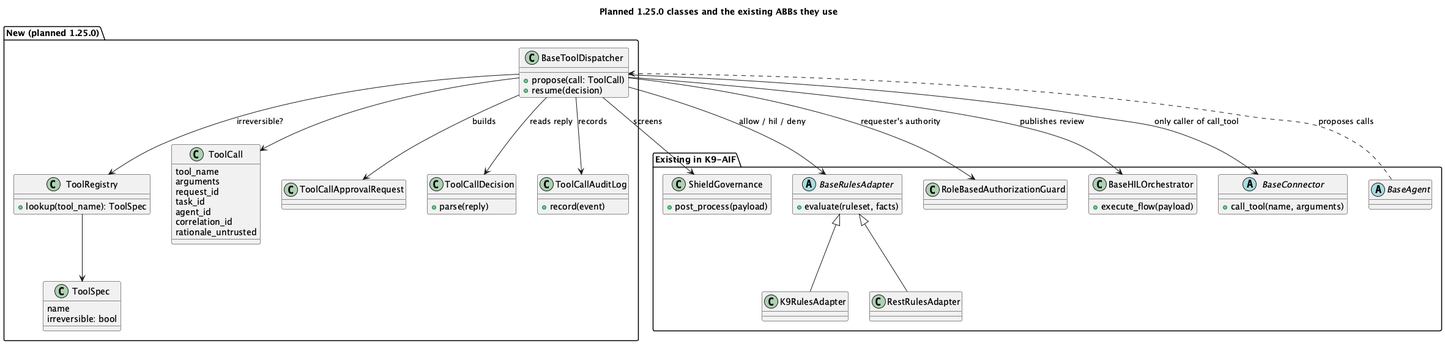
The PlantUML diagram assets/images/blogs/hil-review-classes.png in k9aif/k9-aif-blogs, before a commit. Source of this version:
```plantuml
@startuml hil-review-classes
set separator none
title Planned 1.25.0 classes and the existing ABBs they use

package "New (planned 1.25.0)" {
  class BaseToolDispatcher {
    +propose(call: ToolCall)
    +resume(decision)
  }
  class ToolRegistry {
    +lookup(tool_name): ToolSpec
  }
  class ToolSpec {
    name
    irreversible: bool
  }
  class ToolCall {
    tool_name
    arguments
    request_id
    task_id
    agent_id
    correlation_id
    rationale_untrusted
  }
  class ToolCallApprovalRequest
  class ToolCallDecision {
    +parse(reply)
  }
  class ToolCallAuditLog {
    +record(event)
  }
}

package "Existing in K9-AIF" {
  abstract class BaseAgent
  class ShieldGovernance {
    +post_process(payload)
  }
  abstract class BaseRulesAdapter {
    +evaluate(ruleset, facts)
  }
  class K9RulesAdapter
  class RestRulesAdapter
  class RoleBasedAuthorizationGuard
  class BaseHILOrchestrator {
    +execute_flow(payload)
  }
  abstract class BaseConnector {
    +call_tool(name, arguments)
  }
}

BaseAgent ..> BaseToolDispatcher : proposes calls
BaseToolDispatcher --> ToolCall
BaseToolDispatcher --> ShieldGovernance : screens
BaseToolDispatcher --> ToolRegistry : irreversible?
ToolRegistry --> ToolSpec
BaseToolDispatcher --> BaseRulesAdapter : allow / hil / deny
BaseRulesAdapter <|-- K9RulesAdapter
BaseRulesAdapter <|-- RestRulesAdapter
BaseToolDispatcher --> RoleBasedAuthorizationGuard : requester's authority
BaseToolDispatcher --> ToolCallApprovalRequest : builds
BaseToolDispatcher --> BaseHILOrchestrator : publishes review
BaseToolDispatcher --> ToolCallDecision : reads reply
BaseToolDispatcher --> ToolCallAuditLog : records
BaseToolDispatcher --> BaseConnector : only caller of call_tool
@enduml
```
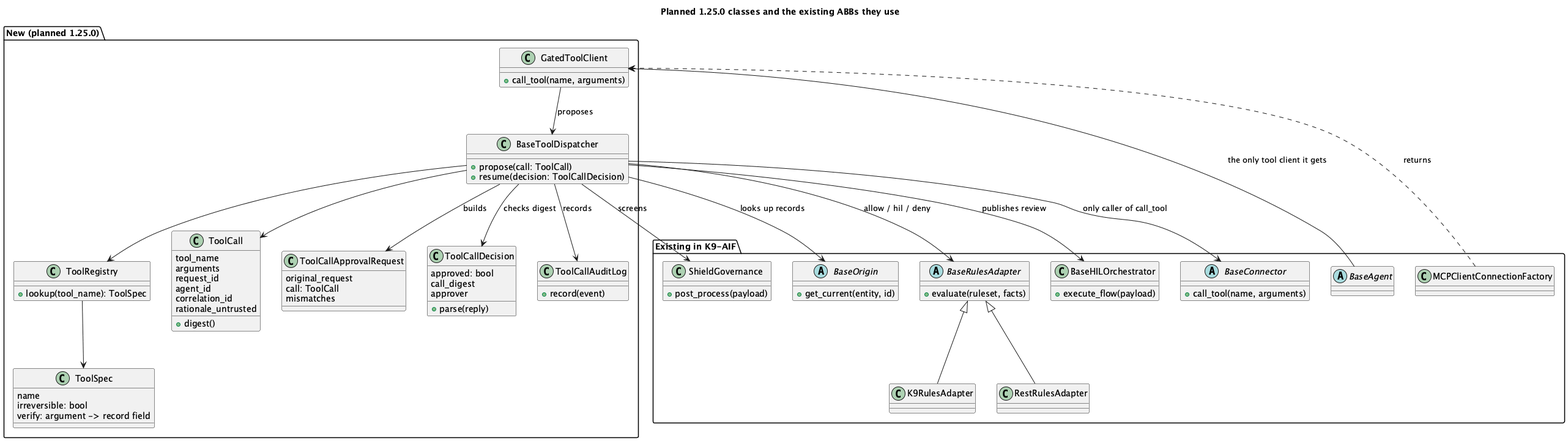
After the change.

Commit message:
Blog draft: a prompt can't change your agent; values checked against records (design planned, not approved)

Change to the diagram source:
```diff
@@ -5,7 +5,10 @@
 package "New (planned 1.25.0)" {
   class BaseToolDispatcher {
     +propose(call: ToolCall)
-    +resume(decision)
+    +resume(decision: ToolCallDecision)
+  }
+  class GatedToolClient {
+    +call_tool(name, arguments)
   }
   class ToolRegistry {
     +lookup(tool_name): ToolSpec
@@ -13,18 +16,26 @@
   class ToolSpec {
     name
     irreversible: bool
+    verify: argument -> record field
   }
   class ToolCall {
     tool_name
     arguments
     request_id
-    task_id
     agent_id
     correlation_id
     rationale_untrusted
+    +digest()
   }
-  class ToolCallApprovalRequest
+  class ToolCallApprovalRequest {
+    original_request
+    call: ToolCall
+    mismatches
+  }
   class ToolCallDecision {
+    approved: bool
+    call_digest
+    approver
     +parse(reply)
   }
   class ToolCallAuditLog {
@@ -34,15 +45,18 @@
 
 package "Existing in K9-AIF" {
   abstract class BaseAgent
+  class MCPClientConnectionFactory
   class ShieldGovernance {
     +post_process(payload)
+  }
+  abstract class BaseOrigin {
+    +get_current(entity, id)
   }
   abstract class BaseRulesAdapter {
     +evaluate(ruleset, facts)
   }
   class K9RulesAdapter
   class RestRulesAdapter
-  class RoleBasedAuthorizationGuard
   class BaseHILOrchestrator {
     +execute_flow(payload)
   }
@@ -51,18 +65,20 @@
   }
 }
 
-BaseAgent ..> BaseToolDispatcher : proposes calls
+BaseAgent --> GatedToolClient : the only tool client it gets
+MCPClientConnectionFactory ..> GatedToolClient : returns
+GatedToolClient --> BaseToolDispatcher : proposes
 BaseToolDispatcher --> ToolCall
 BaseToolDispatcher --> ShieldGovernance : screens
-BaseToolDispatcher --> ToolRegistry : irreversible?
+BaseToolDispatcher --> ToolRegistry
 ToolRegistry --> ToolSpec
+BaseToolDispatcher --> BaseOrigin : looks up records
 BaseToolDispatcher --> BaseRulesAdapter : allow / hil / deny
 BaseRulesAdapter <|-- K9RulesAdapter
 BaseRulesAdapter <|-- RestRulesAdapter
-BaseToolDispatcher --> RoleBasedAuthorizationGuard : requester's authority
 BaseToolDispatcher --> ToolCallApprovalRequest : builds
 BaseToolDispatcher --> BaseHILOrchestrator : publishes review
-BaseToolDispatcher --> ToolCallDecision : reads reply
+BaseToolDispatcher --> ToolCallDecision : checks digest
 BaseToolDispatcher --> ToolCallAuditLog : records
 BaseToolDispatcher --> BaseConnector : only caller of call_tool
 @enduml
```
